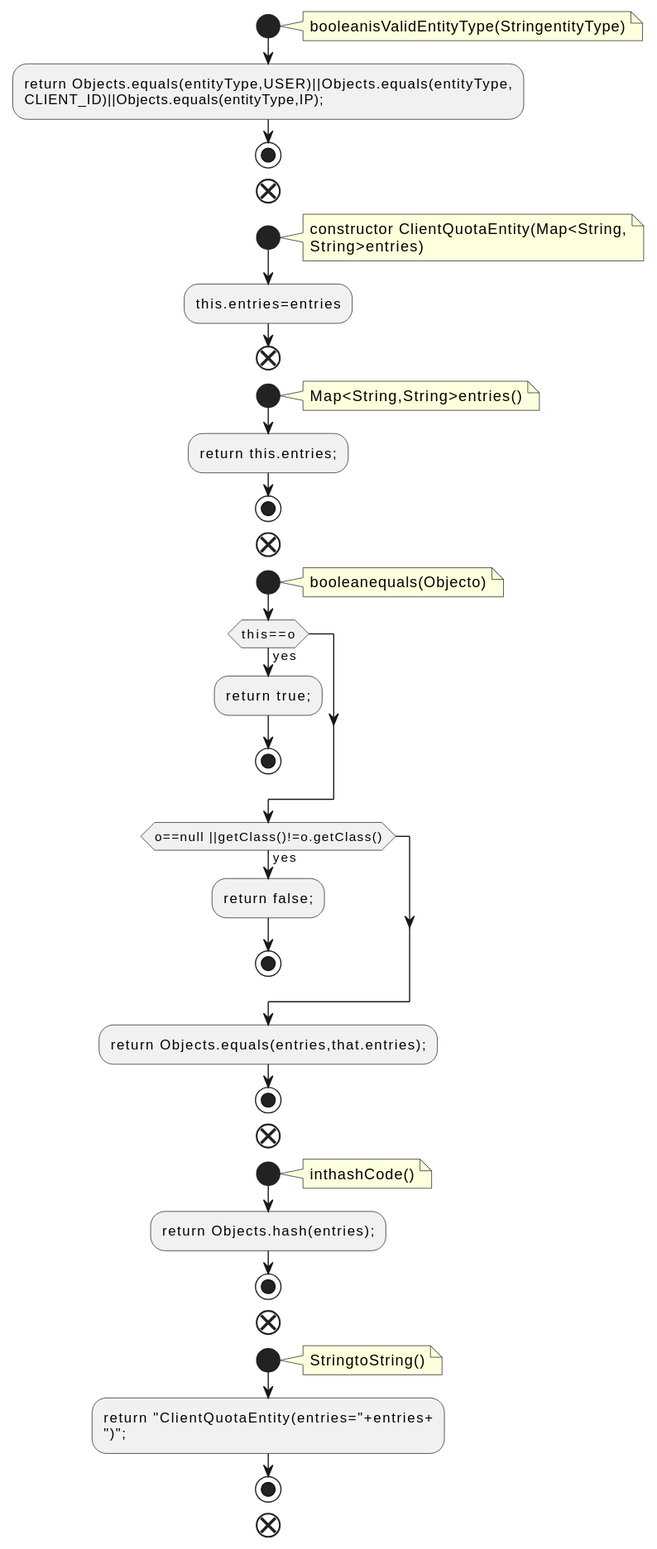
The PlantUML diagram docs/qc/clients/src/main/java/org/apache/kafka/common/quota/ClientQuotaEntity.java.fct.svg in qualitesys/kafka, before a commit.
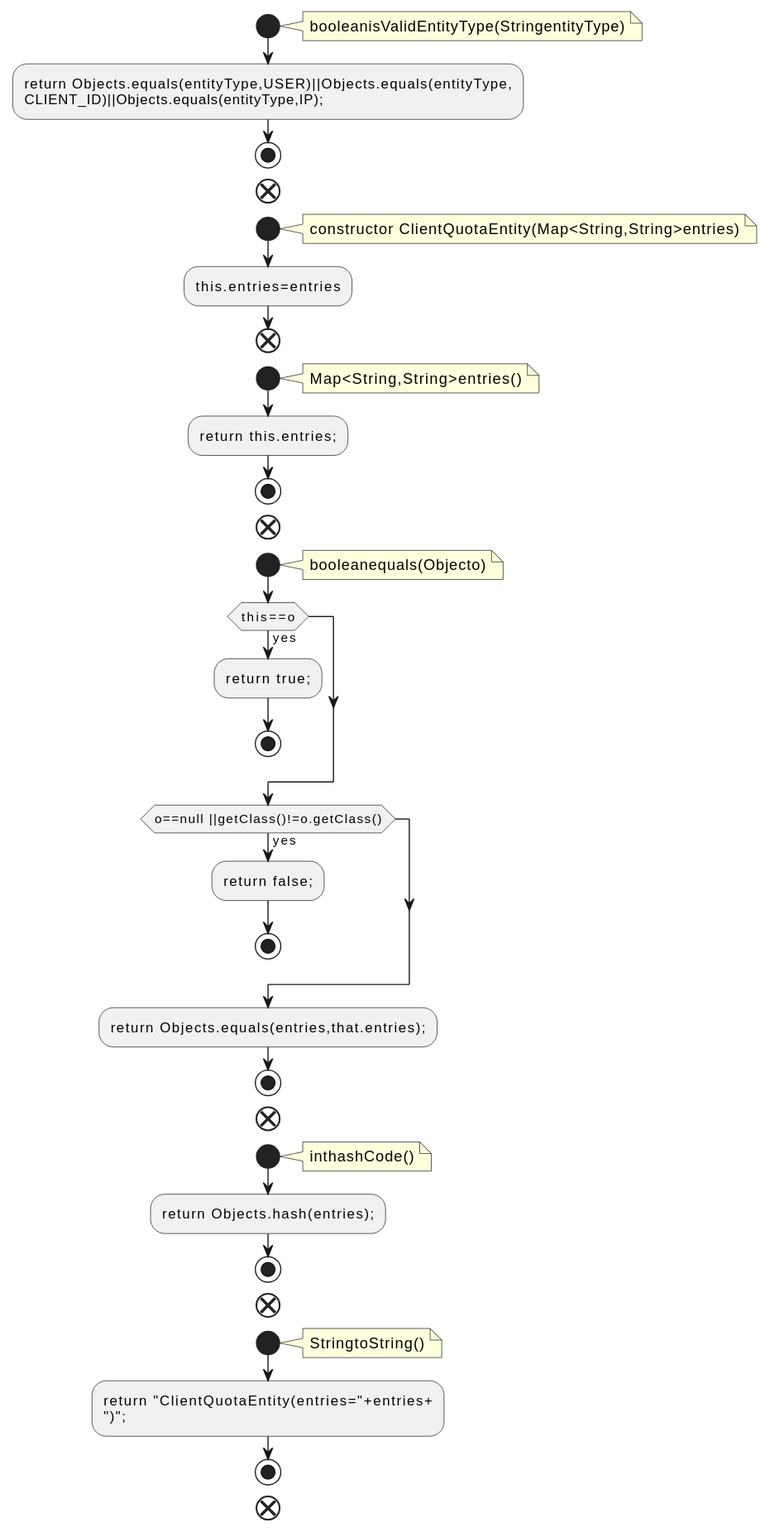
The same file after the commit.

Change to the diagram source:
```diff
@@ -10,8 +10,7 @@
 end
 start
 note right
-constructor ClientQuotaEntity(Map<String,
-String>entries)
+constructor ClientQuotaEntity(Map<String,String>entries)
 end note
 :this.entries=entries;
 end
```
